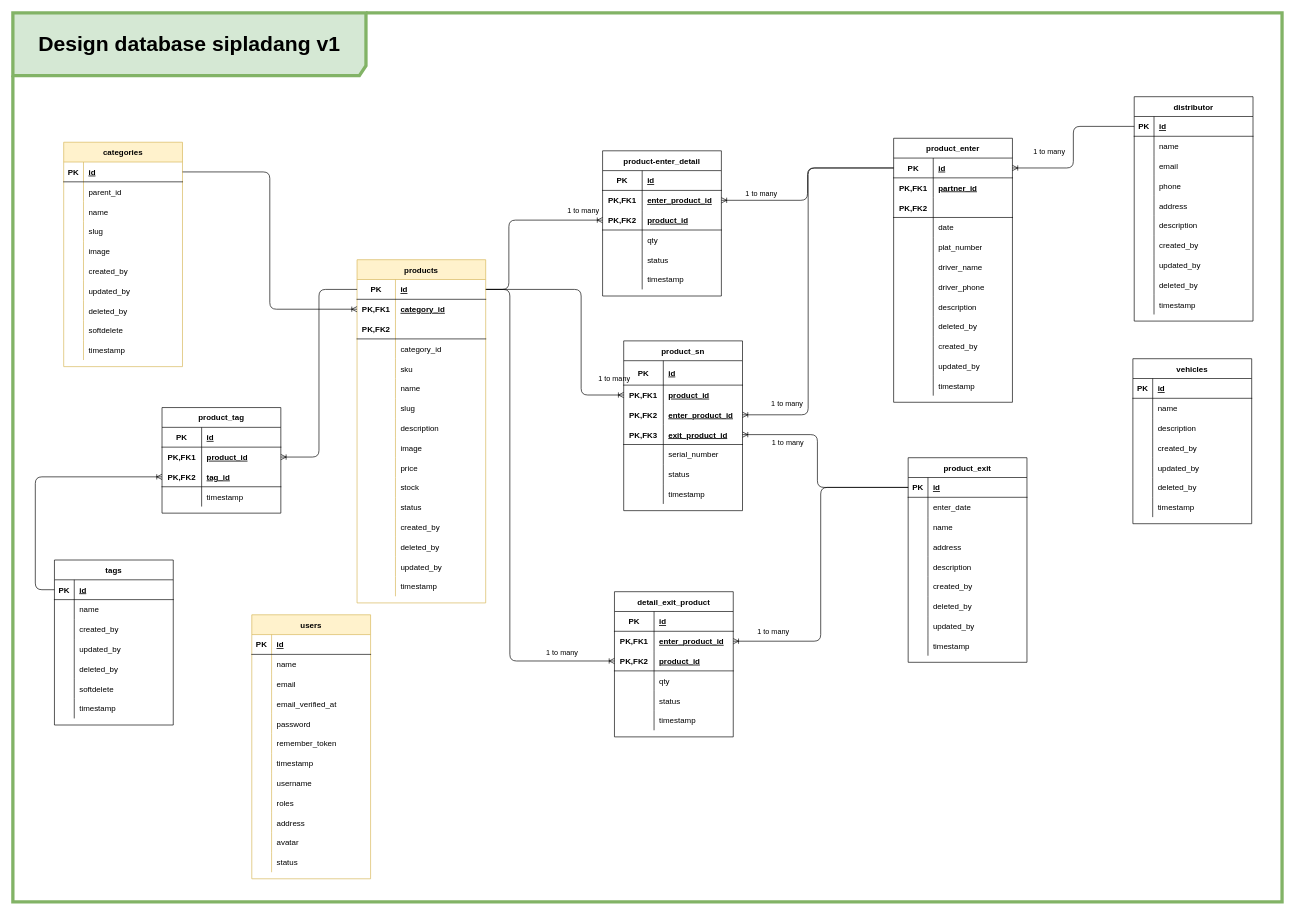
The draw.io diagram GudangApp.drawio in ekoxyz/gudangapp, before the edit. Source tidied: cells renumbered, new cells numbered last; positions are measured from the earlier drawing's top-left corner, leaving out a move shared by most shapes. Both pictures are drawn from the tidied source at 66%, with x=0, y=0 at pixel (13, 13).
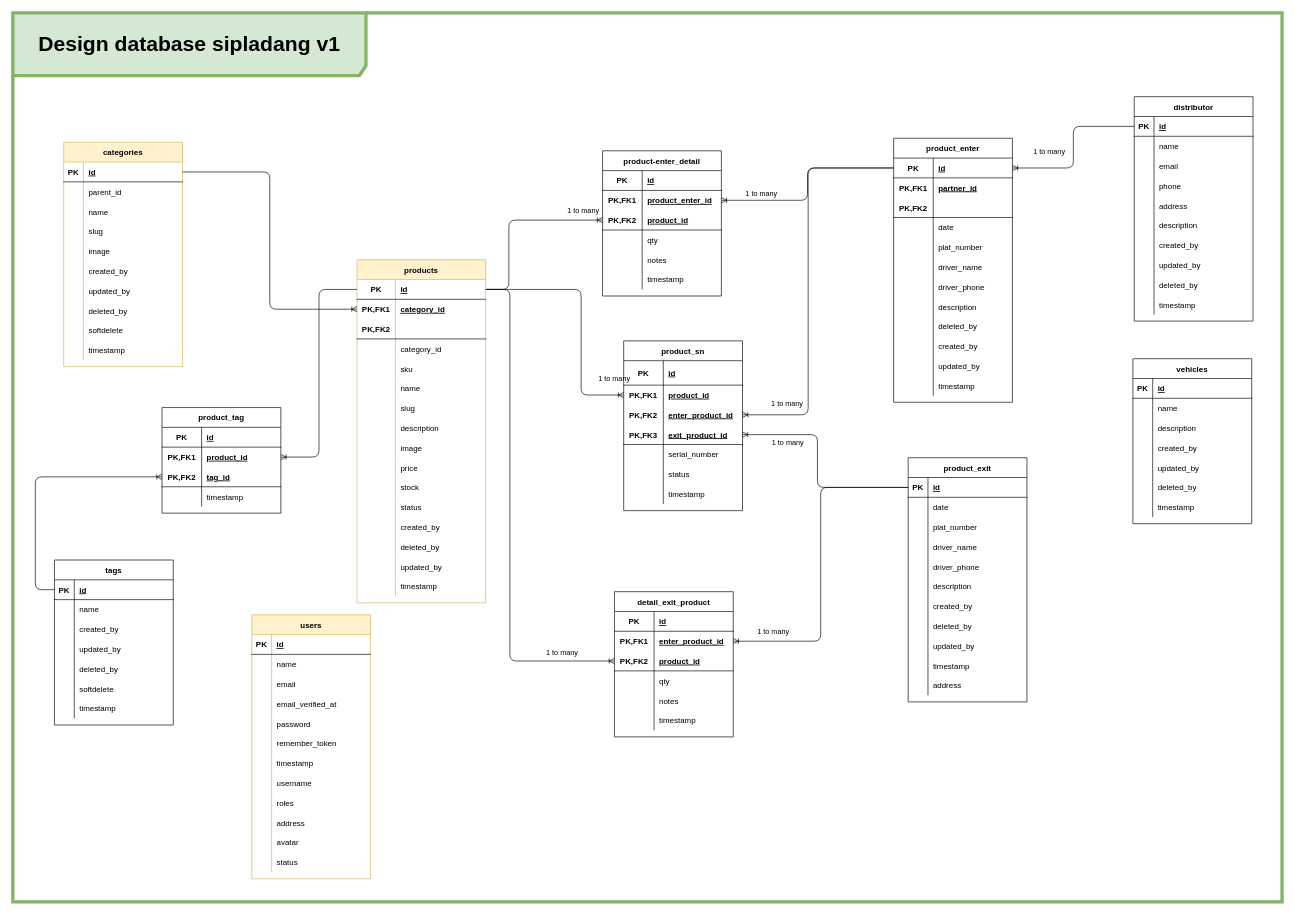
The same diagram, later.

Unchanged cells that the change refers to:
```xml
<mxCell id="23" style="shape=partialRectangle;fillColor=none;top=0;left=0;bottom=0;right=0;points=[[0,0.5],[1,0.5]];portConstraint=eastwest;" parent="19" vertex="1">
  <mxGeometry y="60" width="180" height="30" as="geometry" />
</mxCell>
<mxCell id="32" style="shape=partialRectangle;fillColor=none;top=0;left=0;bottom=0;right=0;" parent="19" vertex="1">
  <mxGeometry y="150" width="180" height="30" as="geometry" />
</mxCell>
<mxCell id="128" style="shape=partialRectangle;fillColor=none;top=0;left=0;bottom=0;right=0;" parent="124" vertex="1">
  <mxGeometry y="60" width="180" height="30" as="geometry" />
</mxCell>
<mxCell id="131" style="shape=partialRectangle;fillColor=none;top=0;left=0;bottom=0;right=0;" parent="124" vertex="1">
  <mxGeometry y="90" width="180" height="30" as="geometry" />
</mxCell>
<mxCell id="134" style="shape=partialRectangle;fillColor=none;top=0;left=0;bottom=0;right=0;" parent="124" vertex="1">
  <mxGeometry y="120" width="180" height="30" as="geometry" />
</mxCell>
<mxCell id="137" style="shape=partialRectangle;fillColor=none;top=0;left=0;bottom=0;right=0;" parent="124" vertex="1">
  <mxGeometry y="150" width="180" height="30" as="geometry" />
</mxCell>
<mxCell id="187" style="shape=partialRectangle;fillColor=none;top=0;left=0;bottom=0;right=0;" parent="174" vertex="1">
  <mxGeometry y="150" width="180" height="30" as="geometry" />
</mxCell>
```

The edit, as a diff of the source:
```diff
@@
-    <mxCell id="25" value="enter_product_id" style="shape=partialRectangle;fillColor=none;top=0;left=0;bottom=0;right=0;align=left;spacingLeft=6;fontStyle=5;overflow=hidden;" parent="23" vertex="1">
+    <mxCell id="25" value="product_enter_id" style="shape=partialRectangle;fillColor=none;top=0;left=0;bottom=0;right=0;align=left;spacingLeft=6;fontStyle=5;overflow=hidden;" parent="23" vertex="1">
       <mxGeometry x="60" width="120" height="30" as="geometry" />
     </mxCell>
@@
-    <mxCell id="34" value="status" style="shape=partialRectangle;fillColor=none;top=0;left=0;bottom=0;right=0;align=left;spacingLeft=6;overflow=hidden;" parent="32" vertex="1">
+    <mxCell id="34" value="notes" style="shape=partialRectangle;fillColor=none;top=0;left=0;bottom=0;right=0;align=left;spacingLeft=6;overflow=hidden;" parent="32" vertex="1">
       <mxGeometry x="60" width="120" height="30" as="geometry" />
     </mxCell>
@@
     <mxCell id="124" value="product_exit" style="shape=table;startSize=30;childLayout=tableLayout;rowLines=0;fontStyle=1;align=center;" parent="1" vertex="1">
-      <mxGeometry x="1356.5" y="674" width="180" height="310" as="geometry" />
+      <mxGeometry x="1356.5" y="674" width="180" height="370" as="geometry" />
     </mxCell>
@@
-    <mxCell id="130" value="enter_date" style="shape=partialRectangle;fillColor=none;top=0;left=0;bottom=0;right=0;align=left;spacingLeft=6;overflow=hidden;" parent="128" vertex="1">
+    <mxCell id="130" value="date" style="shape=partialRectangle;fillColor=none;top=0;left=0;bottom=0;right=0;align=left;spacingLeft=6;overflow=hidden;" parent="128" vertex="1">
       <mxGeometry x="30" width="150" height="30" as="geometry" />
     </mxCell>
@@
-    <mxCell id="133" value="name" style="shape=partialRectangle;fillColor=none;top=0;left=0;bottom=0;right=0;align=left;spacingLeft=6;overflow=hidden;" parent="131" vertex="1">
+    <mxCell id="133" value="plat_number" style="shape=partialRectangle;fillColor=none;top=0;left=0;bottom=0;right=0;align=left;spacingLeft=6;overflow=hidden;" parent="131" vertex="1">
       <mxGeometry x="30" width="150" height="30" as="geometry" />
     </mxCell>
@@
-    <mxCell id="136" value="address" style="shape=partialRectangle;fillColor=none;top=0;left=0;bottom=0;right=0;align=left;spacingLeft=6;overflow=hidden;" parent="134" vertex="1">
+    <mxCell id="136" value="driver_name" style="shape=partialRectangle;fillColor=none;top=0;left=0;bottom=0;right=0;align=left;spacingLeft=6;overflow=hidden;" parent="134" vertex="1">
       <mxGeometry x="30" width="150" height="30" as="geometry" />
     </mxCell>
@@
-    <mxCell id="139" value="description" style="shape=partialRectangle;fillColor=none;top=0;left=0;bottom=0;right=0;align=left;spacingLeft=6;overflow=hidden;" parent="137" vertex="1">
+    <mxCell id="139" value="driver_phone" style="shape=partialRectangle;fillColor=none;top=0;left=0;bottom=0;right=0;align=left;spacingLeft=6;overflow=hidden;" parent="137" vertex="1">
       <mxGeometry x="30" width="150" height="30" as="geometry" />
     </mxCell>
+    <mxCell id="352" style="shape=partialRectangle;fillColor=none;top=0;left=0;bottom=0;right=0;" parent="124" vertex="1">
+      <mxGeometry y="180" width="180" height="30" as="geometry" />
+    </mxCell>
+    <mxCell id="353" style="shape=partialRectangle;fillColor=none;top=0;left=0;bottom=0;right=0;overflow=hidden;" parent="352" vertex="1">
+      <mxGeometry width="30" height="30" as="geometry" />
+    </mxCell>
+    <mxCell id="354" value="description" style="shape=partialRectangle;fillColor=none;top=0;left=0;bottom=0;right=0;align=left;spacingLeft=6;overflow=hidden;" parent="352" vertex="1">
+      <mxGeometry x="30" width="150" height="30" as="geometry" />
+    </mxCell>
     <mxCell id="140" style="shape=partialRectangle;fillColor=none;top=0;left=0;bottom=0;right=0;" parent="124" vertex="1">
-      <mxGeometry y="180" width="180" height="30" as="geometry" />
+      <mxGeometry y="210" width="180" height="30" as="geometry" />
     </mxCell>
@@
     <mxCell id="143" style="shape=partialRectangle;fillColor=none;top=0;left=0;bottom=0;right=0;" parent="124" vertex="1">
-      <mxGeometry y="210" width="180" height="30" as="geometry" />
+      <mxGeometry y="240" width="180" height="30" as="geometry" />
     </mxCell>
@@
     <mxCell id="146" style="shape=partialRectangle;fillColor=none;top=0;left=0;bottom=0;right=0;" parent="124" vertex="1">
-      <mxGeometry y="240" width="180" height="30" as="geometry" />
+      <mxGeometry y="270" width="180" height="30" as="geometry" />
     </mxCell>
@@
     <mxCell id="149" style="shape=partialRectangle;fillColor=none;top=0;left=0;bottom=0;right=0;" parent="124" vertex="1">
-      <mxGeometry y="270" width="180" height="30" as="geometry" />
+      <mxGeometry y="300" width="180" height="30" as="geometry" />
     </mxCell>
@@
+    <mxCell id="355" style="shape=partialRectangle;fillColor=none;top=0;left=0;bottom=0;right=0;" parent="124" vertex="1">
+      <mxGeometry y="330" width="180" height="30" as="geometry" />
+    </mxCell>
+    <mxCell id="356" style="shape=partialRectangle;fillColor=none;top=0;left=0;bottom=0;right=0;overflow=hidden;" parent="355" vertex="1">
+      <mxGeometry width="30" height="30" as="geometry" />
+    </mxCell>
+    <mxCell id="357" value="address" style="shape=partialRectangle;fillColor=none;top=0;left=0;bottom=0;right=0;align=left;spacingLeft=6;overflow=hidden;" parent="355" vertex="1">
+      <mxGeometry x="30" width="150" height="30" as="geometry" />
+    </mxCell>
@@
-    <mxCell id="189" value="status" style="shape=partialRectangle;fillColor=none;top=0;left=0;bottom=0;right=0;align=left;spacingLeft=6;overflow=hidden;" parent="187" vertex="1">
+    <mxCell id="189" value="notes" style="shape=partialRectangle;fillColor=none;top=0;left=0;bottom=0;right=0;align=left;spacingLeft=6;overflow=hidden;" parent="187" vertex="1">
       <mxGeometry x="60" width="120" height="30" as="geometry" />
     </mxCell>
```
